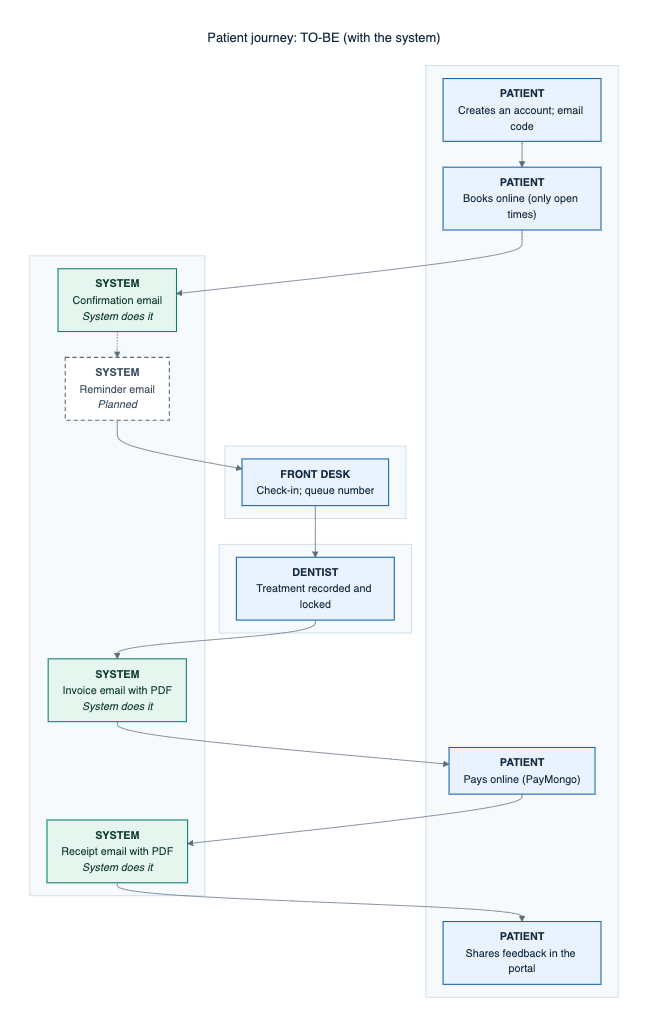
Above: docs/defense/diagrams/png/overview-to-be.png in 0phem/multibranch-dental-clinic (Mermaid), before the change. Its source is kept beside it as docs/defense/diagrams/overview-to-be.mmd.
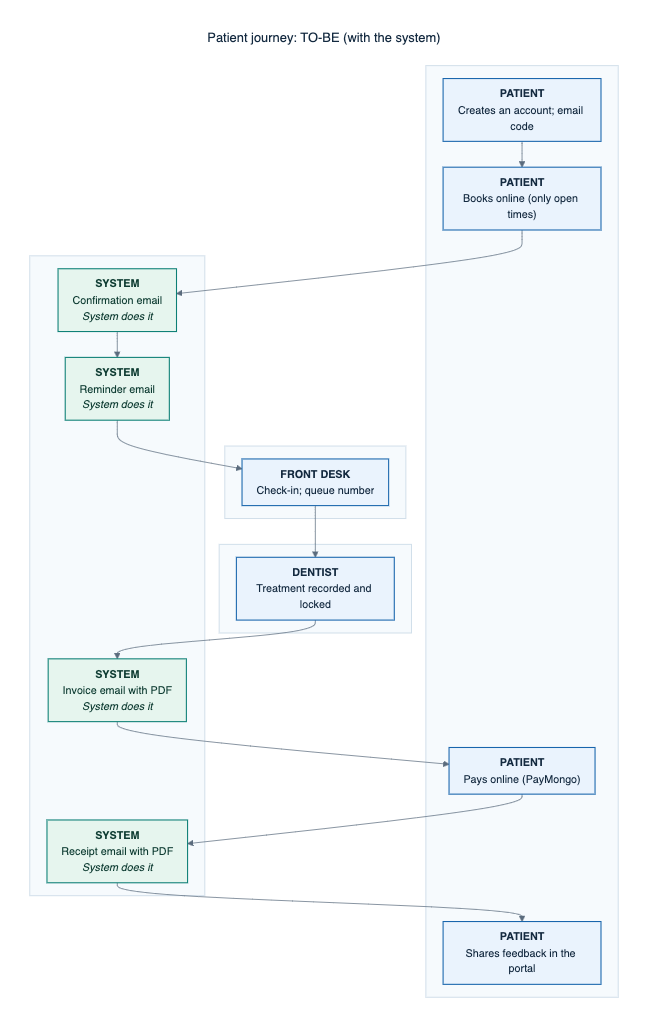
The same diagram one commit later.

The edit, as a diff of the source:
```diff
@@ -20,13 +20,13 @@
     subgraph L4[" "]
     direction LR
       S2["<b>SYSTEM</b><br/>Confirmation email<br/><i>System does it</i>"]:::auto
-      S3["<b>SYSTEM</b><br/>Reminder email<br/><i>Planned</i>"]:::planned
+      S3["<b>SYSTEM</b><br/>Reminder email<br/><i>System does it</i>"]:::auto
       S6["<b>SYSTEM</b><br/>Invoice email with PDF<br/><i>System does it</i>"]:::auto
       S8["<b>SYSTEM</b><br/>Receipt email with PDF<br/><i>System does it</i>"]:::auto
     end
     S0 --> S1
     S1 --> S2
-    S2 -.-> S3
+    S2 --> S3
     S3 --> S4
     S4 --> S5
     S5 --> S6
```
